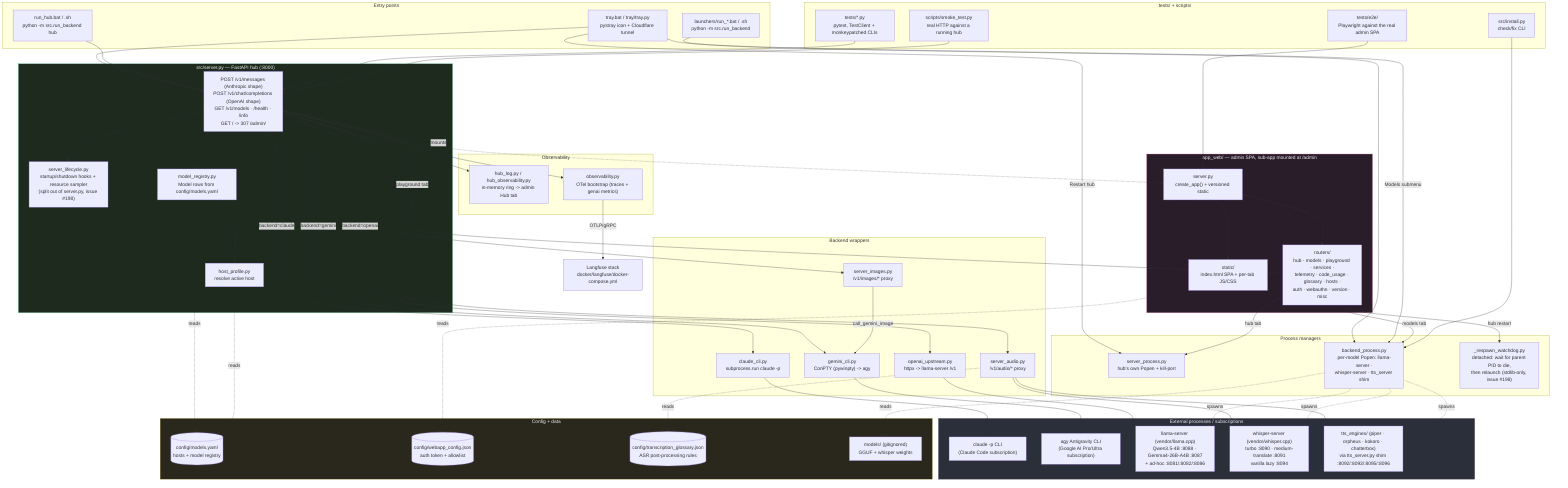
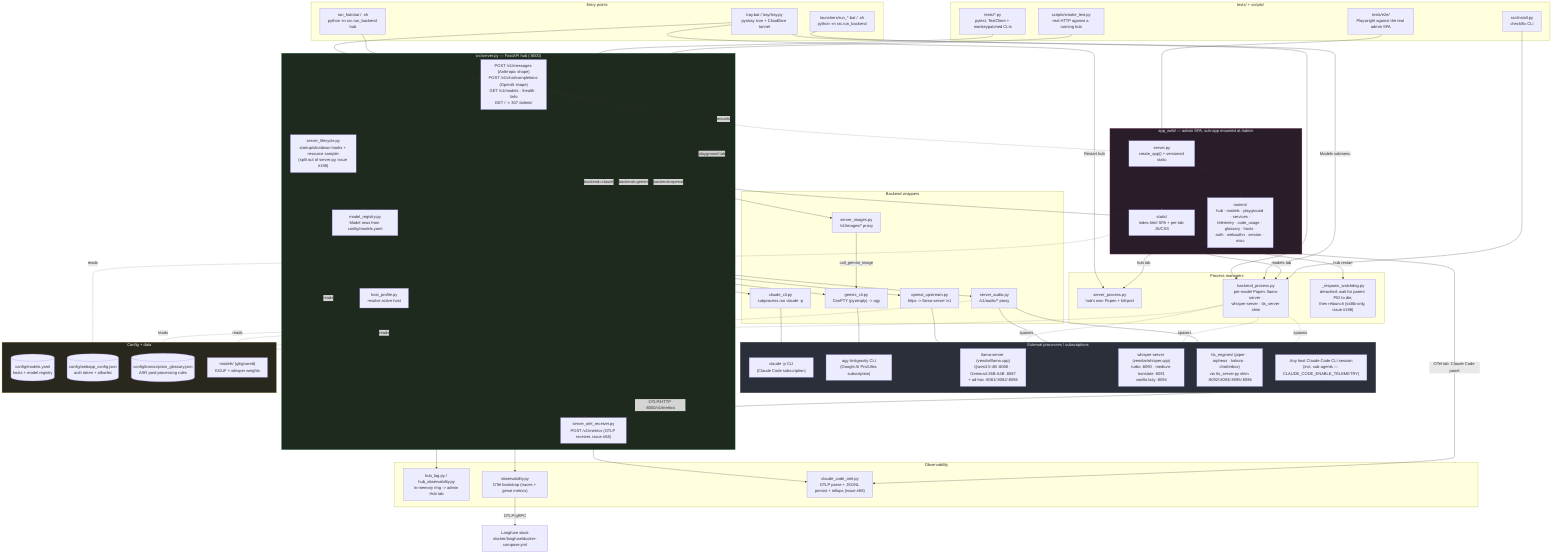
%% docs/architecture.mmd — local-llm-hub's own internal structure.
%% Hand-authored, not generated — companion to the fleet-wide convention in
%% ferraroroberto/fleet-config#256 (see that repo's own docs/architecture.mmd
%% for the reference dogfood). This is deliberately smaller than
%% docs/project-structure.md's three detailed diagrams (component/module/
%% sequence) — it's the one-glance map; project-structure.md stays the deep
%% reference. Update this diagram in the same PR as any material structural
%% change (a backend added/removed, a router moved, a process manager
%% relocated) — same anti-staleness contract as this repo's own `.fleet.toml`
%% `description` field.

flowchart TB
  subgraph entry["Entry points"]
    TRAY["tray.bat / tray/tray.py\npystray icon + Cloudflare tunnel"]
    RUNHUB["run_hub.bat / .sh\npython -m src.run_backend hub"]
    RUNMODEL["launchers/run_*.bat / .sh\npython -m src.run_backend <model_id>"]
  end

  subgraph core["src/server.py — FastAPI hub (:8000)"]
    SRV["POST /v1/messages (Anthropic shape)\nPOST /v1/chat/completions (OpenAI shape)\nGET /v1/models · /health · /info\nGET / -> 307 /admin/"]
    LIFECYCLE["server_lifecycle.py\nstartup/shutdown hooks + resource sampler\n(split out of server.py, issue #198)"]
    REG["model_registry.py\nModel rows from config/models.yaml"]
    HOSTP["host_profile.py\nresolve active host"]
+     OTELRECV["server_otel_receiver.py\nPOST /v1/metrics (OTLP receiver, issue #68)"]
  end
  TRAY --> SRV
  RUNHUB --> SRV
  SRV --> LIFECYCLE
  SRV --> REG
  REG --> HOSTP

  subgraph routing["Backend wrappers"]
    CLAUDECLI["claude_cli.py\nsubprocess.run claude -p"]
    GEMINICLI["gemini_cli.py\nConPTY (pywinpty) -> agy"]
    OAIUP["openai_upstream.py\nhttpx -> llama-server /v1"]
    AUDIOR["server_audio.py\n/v1/audio/* proxy"]
    IMAGESR["server_images.py\n/v1/images/* proxy"]
  end
  SRV -->|backend=claude| CLAUDECLI
  SRV -->|backend=gemini| GEMINICLI
  SRV -->|backend=openai| OAIUP
  SRV --> AUDIOR
  SRV --> IMAGESR
+   SRV --> OTELRECV
  IMAGESR -->|call_gemini_image| GEMINICLI

  subgraph procmgr["Process managers"]
    SERVPROC["server_process.py\nhub's own Popen + kill-port"]
    BACKPROC["backend_process.py\nper-model Popen: llama-server ·\nwhisper-server · tts_server shim"]
    WATCHDOG["_respawn_watchdog.py\ndetached: wait for parent PID to die,\nthen relaunch (stdlib-only, issue #198)"]
  end
  RUNMODEL --> BACKPROC
  TRAY -->|Models submenu| BACKPROC
  TRAY -->|Restart hub| SERVPROC

  subgraph ext["External processes / subscriptions"]
    CLAUDEBIN["claude -p CLI\n(Claude Code subscription)"]
    AGYBIN["agy Antigravity CLI\n(Google AI Pro/Ultra subscription)"]
    LLAMA["llama-server (vendor/llama.cpp)\nQwen3.5-4B :8088 · Gemma4-26B-A4B :8087\n+ ad-hoc :8081/:8082/:8086"]
    WHISPER["whisper-server (vendor/whisper.cpp)\nturbo :8090 · medium-translate :8091\nvanilla lazy :8094"]
    TTS["tts_engines/ (piper · orpheus · kokoro · chatterbox)\nvia tts_server.py shim :8092/:8093/:8095/:8096"]
+     CCHOST["Any host Claude Code CLI session\n(incl. sub-agents — CLAUDE_CODE_ENABLE_TELEMETRY)"]
  end
  CLAUDECLI --> CLAUDEBIN
  GEMINICLI --> AGYBIN
  OAIUP --> LLAMA
  AUDIOR --> WHISPER
  AUDIOR --> TTS
  BACKPROC -.spawns.-> LLAMA
  BACKPROC -.spawns.-> WHISPER
  BACKPROC -.spawns.-> TTS
+   CCHOST -->|OTLP/HTTP :8000/v1/metrics| OTELRECV

  subgraph admin["app_web/ — admin SPA, sub-app mounted at /admin"]
    WSRV["server.py\ncreate_app() + versioned static"]
    WROUT["routers/\nhub · models · playground · services ·\ntelemetry · code_usage · glossary · hosts ·\nauth · webauthn · version · misc"]
    WSTATIC["static/\nindex.html SPA + per-tab JS/CSS"]
  end
  SRV -.mounts.-> WSRV
  WSRV --> WROUT
  WSRV --> WSTATIC
  WROUT -->|hub tab| SERVPROC
  WROUT -->|hub restart| WATCHDOG
  WROUT -->|models tab| BACKPROC
  WROUT -->|playground tab| SRV

  subgraph obs["Observability"]
    HUBLOG["hub_log.py / hub_observability.py\nin-memory ring -> admin Hub tab"]
    OTEL["observability.py\nOTel bootstrap (traces + genai metrics)"]
+     CCOTEL["claude_code_otel.py\nOTLP parse + JSONL persist + rollups (issue #68)"]
  end
  SRV --> HUBLOG
  SRV --> OTEL
  OTEL -->|OTLP/gRPC| LANGFUSE["Langfuse stack\ndocker/langfuse/docker-compose.yml"]
+   OTELRECV --> CCOTEL
+   WROUT -->|OTel tab: Claude Code panel| CCOTEL

  subgraph cfg["Config + data"]
    MODELSYAML[("config/models.yaml\nhosts + model registry")]
    WEBCFG[("config/webapp_config.json\nauth token + allowlist")]
    GLOSSARY[("config/transcription_glossary.json\nASR post-processing rules")]
    MODELSDIR["models/ (gitignored)\nGGUF + whisper weights"]
  end
  REG -.reads.-> MODELSYAML
  HOSTP -.reads.-> MODELSYAML
  WSRV -.reads.-> WEBCFG
  AUDIOR -.reads.-> GLOSSARY
  BACKPROC -.reads.-> MODELSDIR

  subgraph tests["tests/ + scripts/"]
    UNITTESTS["tests/*.py\npytest, TestClient + monkeypatched CLIs"]
    E2E["tests/e2e/\nPlaywright against the real admin SPA"]
    SMOKE["scripts/smoke_test.py\nreal HTTP against a running hub"]
    INSTALL["src/install.py\ncheck/fix CLI"]
  end
  UNITTESTS --> SRV
  E2E --> WSRV
  SMOKE --> SRV
  INSTALL --> BACKPROC

  classDef ext fill:#2a2f3a,stroke:#555,color:#eee
  classDef hub fill:#1d2a1d,stroke:#4a7,color:#eee
  classDef ui fill:#2a1d2a,stroke:#a47,color:#eee
  classDef cfgnode fill:#2a281d,stroke:#a94,color:#eee
  class ext ext
  class core hub
  class admin ui
  class cfg cfgnode
